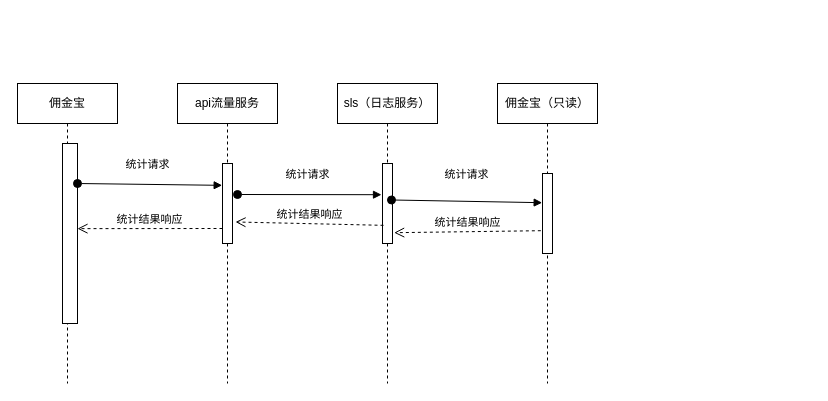
Earlier version of the draw.io diagram page "Page-2" (2 of 2) of Untitled Diagram.drawio (zhuobinchan/my_drow_io). Source tidied: cells renumbered, new cells numbered last; positions are measured from the earlier drawing's top-left corner, leaving out a move shared by most shapes. Both pictures are drawn from the tidied source at 100%, with x=0, y=0 at pixel (17, 83).
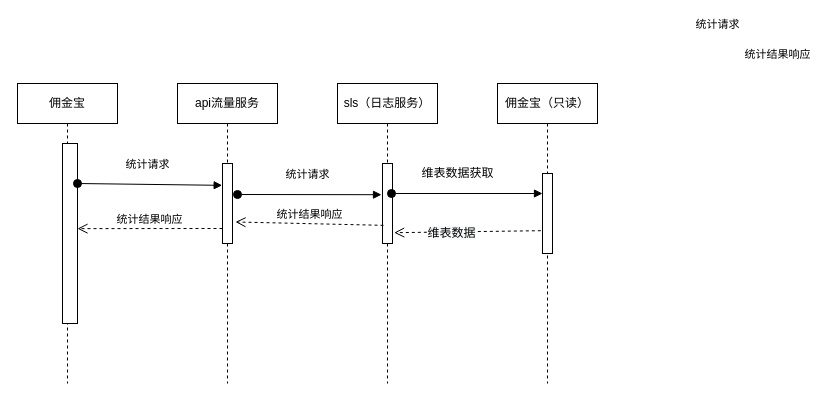
The same page after the edit.

Unchanged cells that the change refers to:
```xml
<mxCell id="8" style="html=1;points=[];perimeter=orthogonalPerimeter;" parent="7" vertex="1">
  <mxGeometry x="45" y="80" width="10" height="80" as="geometry" />
</mxCell>
<mxCell id="10" style="html=1;points=[];perimeter=orthogonalPerimeter;" parent="9" vertex="1">
  <mxGeometry x="45" y="90" width="10" height="80" as="geometry" />
</mxCell>
```

The edit, as a diff of the source:
```diff
@@
-    <mxCell id="14" value="统计请求" style="html=1;verticalAlign=bottom;startArrow=oval;startFill=1;endArrow=block;startSize=8;entryX=-0.033;entryY=0.365;entryDx=0;entryDy=0;entryPerimeter=0;exitX=0.9;exitY=0.456;exitDx=0;exitDy=0;exitPerimeter=0;" parent="1" edge="1" source="8" target="10">
-      <mxGeometry y="18" relative="1" as="geometry" />
+    <mxCell id="14" value="统计请求" style="html=1;verticalAlign=bottom;startArrow=oval;startFill=1;endArrow=block;startSize=8;" parent="1" edge="1">
+      <mxGeometry x="1" y="237" relative="1" as="geometry">
+        <mxPoint x="374" y="110" as="sourcePoint" />
+        <mxPoint x="525" y="110" as="targetPoint" />
+        <mxPoint x="175" y="77" as="offset" />
+      </mxGeometry>
     </mxCell>
     <mxCell id="15" value="统计结果响应" style="html=1;verticalAlign=bottom;endArrow=open;dashed=1;endSize=8;entryX=1.167;entryY=0.865;entryDx=0;entryDy=0;entryPerimeter=0;exitX=-0.167;exitY=0.715;exitDx=0;exitDy=0;exitPerimeter=0;" parent="1" edge="1" source="10" target="8">
-      <mxGeometry relative="1" as="geometry" />
+      <mxGeometry x="-1" y="-290" relative="1" as="geometry">
+        <mxPoint x="241" y="123" as="offset" />
+      </mxGeometry>
     </mxCell>
+    <mxCell id="16" value="&lt;span style=&quot;font-size: 12px ; background-color: rgb(248 , 249 , 250)&quot;&gt;维表数据&lt;/span&gt;" style="edgeLabel;html=1;align=center;verticalAlign=middle;" parent="15" vertex="1">
+      <mxGeometry x="0.23" y="1" relative="1" as="geometry" />
+    </mxCell>
+    <mxCell id="17" value="维表数据获取" style="text;html=1;align=center;verticalAlign=middle;strokeColor=none;fillColor=none;" parent="1" vertex="1">
+      <mxGeometry x="395" y="80" width="90" height="20" as="geometry" />
+    </mxCell>
```
